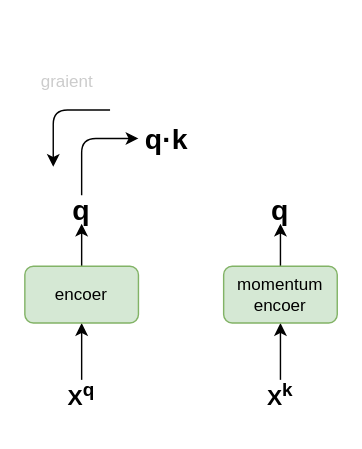
Above: moco.drawio in balllightnings/balllightnings.github.io (draw.io), before the change. Source tidied: cells renumbered, new cells numbered last; positions are measured from the earlier drawing's top-left corner, leaving out a move shared by most shapes. Both pictures are drawn from the tidied source at 142%, with x=0, y=0 at pixel (24, 67).
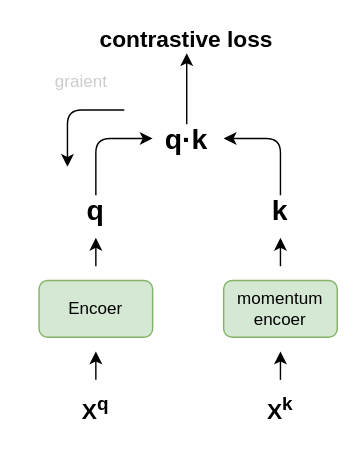
The same diagram, later.

Change to the diagram source:
```diff
@@
-    <mxCell id="2" style="edgeStyle=orthogonalEdgeStyle;rounded=0;jettySize=auto;html=1;" parent="1" edge="1" source="3" target="5">
-      <mxGeometry relative="1" as="geometry" />
+    <mxCell id="2" style="edgeStyle=orthogonalEdgeStyle;rounded=0;orthogonalLoop=1;jettySize=auto;html=1;" parent="1" edge="1">
+      <mxGeometry relative="1" as="geometry">
+        <mxPoint x="50" y="220" as="sourcePoint" />
+        <mxPoint x="50" y="200" as="targetPoint" />
+      </mxGeometry>
     </mxCell>
     <mxCell id="3" value="&lt;font style=&quot;font-size: 16px&quot;&gt;&lt;b&gt;X&lt;sup&gt;q&lt;/sup&gt;&lt;/b&gt;&lt;/font&gt;" style="text;html=1;strokeColor=none;fillColor=none;align=center;verticalAlign=middle;whiteSpace=wrap;rounded=0;" parent="1" vertex="1">
-      <mxGeometry x="20" y="220" width="40" height="20" as="geometry" />
+      <mxGeometry x="30" y="230" width="40" height="20" as="geometry" />
     </mxCell>
-    <mxCell id="4" style="edgeStyle=orthogonalEdgeStyle;rounded=0;jettySize=auto;html=1;" parent="1" edge="1" source="5" target="6">
-      <mxGeometry relative="1" as="geometry" />
+    <mxCell id="4" style="edgeStyle=orthogonalEdgeStyle;rounded=0;orthogonalLoop=1;jettySize=auto;html=1;" parent="1" edge="1">
+      <mxGeometry relative="1" as="geometry">
+        <mxPoint x="50" y="140" as="sourcePoint" />
+        <mxPoint x="50" y="120" as="targetPoint" />
+      </mxGeometry>
     </mxCell>
-    <mxCell id="5" value="encoer" style="rounded=1;whiteSpace=wrap;html=1;fillColor=#d5e8d4;strokeColor=#82b366;" parent="1" vertex="1">
-      <mxGeometry y="140" width="80" height="40" as="geometry" />
+    <mxCell id="5" value="Encoer" style="rounded=1;whiteSpace=wrap;html=1;fillColor=#d5e8d4;strokeColor=#82b366;" parent="1" vertex="1">
+      <mxGeometry x="10" y="150" width="80" height="40" as="geometry" />
     </mxCell>
     <mxCell id="6" value="&lt;font style=&quot;font-size: 20px&quot;&gt;&lt;b&gt;q&lt;/b&gt;&lt;/font&gt;" style="text;html=1;strokeColor=none;fillColor=none;align=center;verticalAlign=middle;whiteSpace=wrap;rounded=0;" parent="1" vertex="1">
-      <mxGeometry x="20" y="90" width="40" height="20" as="geometry" />
+      <mxGeometry x="30" y="90" width="40" height="20" as="geometry" />
     </mxCell>
+    <mxCell id="16" style="edgeStyle=orthogonalEdgeStyle;rounded=0;jettySize=auto;html=1;" parent="1" edge="1" source="7" target="18">
+      <mxGeometry relative="1" as="geometry" />
+    </mxCell>
     <mxCell id="7" value="&lt;font style=&quot;font-size: 20px&quot;&gt;&lt;b&gt;q·k&lt;br&gt;&lt;/b&gt;&lt;/font&gt;" style="text;html=1;strokeColor=none;fillColor=none;align=center;verticalAlign=middle;whiteSpace=wrap;rounded=0;" parent="1" vertex="1">
-      <mxGeometry x="80" y="40" width="40" height="20" as="geometry" />
+      <mxGeometry x="94" y="40" width="40" height="20" as="geometry" />
     </mxCell>
     <mxCell id="8" style="edgeStyle=segmentEdgeStyle;endArrow=classic;html=1;" parent="1" edge="1">
       <mxGeometry relative="1" as="geometry">
-        <mxPoint x="60" y="30" as="sourcePoint" />
-        <mxPoint x="20" y="70" as="targetPoint" />
+        <mxPoint x="70" y="30" as="sourcePoint" />
+        <mxPoint x="30" y="70" as="targetPoint" />
         <Array as="points">
-          <mxPoint x="20" y="30" />
+          <mxPoint x="30" y="30" />
         </Array>
       </mxGeometry>
     </mxCell>
     <mxCell id="9" style="edgeStyle=segmentEdgeStyle;endArrow=classic;html=1;" parent="1" edge="1">
       <mxGeometry relative="1" as="geometry">
-        <mxPoint x="40" y="90" as="sourcePoint" />
-        <mxPoint x="80" y="50" as="targetPoint" />
+        <mxPoint x="50" y="90" as="sourcePoint" />
+        <mxPoint x="90" y="50" as="targetPoint" />
         <Array as="points">
-          <mxPoint x="40" y="50" />
+          <mxPoint x="50" y="50" />
         </Array>
       </mxGeometry>
     </mxCell>
     <mxCell id="10" value="&lt;font color=&quot;#CCCCCC&quot;&gt;graient&lt;/font&gt;" style="text;html=1;strokeColor=none;fillColor=none;align=center;verticalAlign=middle;whiteSpace=wrap;rounded=0;" parent="1" vertex="1">
-      <mxGeometry x="10" width="40" height="20" as="geometry" />
+      <mxGeometry x="20" width="40" height="20" as="geometry" />
     </mxCell>
-    <mxCell id="11" style="edgeStyle=orthogonalEdgeStyle;rounded=0;jettySize=auto;html=1;" parent="1" edge="1" source="12" target="14">
-      <mxGeometry relative="1" as="geometry" />
+    <mxCell id="11" style="edgeStyle=orthogonalEdgeStyle;rounded=0;orthogonalLoop=1;jettySize=auto;html=1;" parent="1" edge="1">
+      <mxGeometry relative="1" as="geometry">
+        <mxPoint x="180" y="220" as="sourcePoint" />
+        <mxPoint x="180" y="200" as="targetPoint" />
+      </mxGeometry>
     </mxCell>
     <mxCell id="12" value="&lt;font style=&quot;font-size: 16px&quot;&gt;&lt;b&gt;X&lt;sup&gt;k&lt;/sup&gt;&lt;/b&gt;&lt;/font&gt;" style="text;html=1;strokeColor=none;fillColor=none;align=center;verticalAlign=middle;whiteSpace=wrap;rounded=0;" parent="1" vertex="1">
-      <mxGeometry x="160" y="220" width="40" height="20" as="geometry" />
+      <mxGeometry x="160" y="230" width="40" height="20" as="geometry" />
     </mxCell>
-    <mxCell id="13" style="edgeStyle=orthogonalEdgeStyle;rounded=0;jettySize=auto;html=1;" parent="1" edge="1" source="14" target="15">
-      <mxGeometry relative="1" as="geometry" />
+    <mxCell id="13" style="edgeStyle=orthogonalEdgeStyle;rounded=0;orthogonalLoop=1;jettySize=auto;html=1;" parent="1" edge="1">
+      <mxGeometry relative="1" as="geometry">
+        <mxPoint x="180" y="140" as="sourcePoint" />
+        <mxPoint x="180" y="120" as="targetPoint" />
+      </mxGeometry>
     </mxCell>
     <mxCell id="14" value="&lt;div&gt;momentum&lt;/div&gt;&lt;div&gt;encoer&lt;br&gt;&lt;/div&gt;" style="rounded=1;whiteSpace=wrap;html=1;fillColor=#d5e8d4;strokeColor=#82b366;" parent="1" vertex="1">
-      <mxGeometry x="140" y="140" width="80" height="40" as="geometry" />
+      <mxGeometry x="140" y="150" width="80" height="40" as="geometry" />
     </mxCell>
-    <mxCell id="15" value="&lt;font style=&quot;font-size: 20px&quot;&gt;&lt;b&gt;q&lt;/b&gt;&lt;/font&gt;" style="text;html=1;strokeColor=none;fillColor=none;align=center;verticalAlign=middle;whiteSpace=wrap;rounded=0;" parent="1" vertex="1">
+    <mxCell id="15" value="&lt;b&gt;&lt;font style=&quot;font-size: 20px&quot;&gt;k&lt;/font&gt;&lt;/b&gt;" style="text;html=1;strokeColor=none;fillColor=none;align=center;verticalAlign=middle;whiteSpace=wrap;rounded=0;" parent="1" vertex="1">
       <mxGeometry x="160" y="90" width="40" height="20" as="geometry" />
     </mxCell>
+    <mxCell id="17" style="edgeStyle=segmentEdgeStyle;endArrow=classic;html=1;" parent="1" edge="1">
+      <mxGeometry relative="1" as="geometry">
+        <mxPoint x="180" y="90" as="sourcePoint" />
+        <mxPoint x="140" y="50" as="targetPoint" />
+        <Array as="points">
+          <mxPoint x="180" y="50" />
+        </Array>
+      </mxGeometry>
+    </mxCell>
+    <mxCell id="18" value="&lt;font style=&quot;font-size: 16px&quot;&gt;&lt;b&gt;&lt;font style=&quot;font-size: 16px&quot;&gt;contrastive loss&lt;/font&gt;&lt;/b&gt;&lt;/font&gt;" style="text;html=1;strokeColor=none;fillColor=none;align=center;verticalAlign=middle;whiteSpace=wrap;rounded=0;" parent="1" vertex="1">
+      <mxGeometry x="46" y="-30" width="136" height="20" as="geometry" />
+    </mxCell>
```
